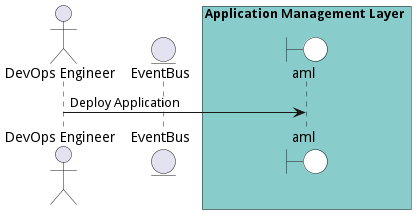
madajaju/edgemere keeps this PlantUML diagram as docs/edgemere/aml/usecases/manageapplications/DeployApplication.png. Above is the earlier version. Its diagram source:
```plantuml
@startuml

actor "DevOps Engineer"


entity EventBus

box Application Management Layer #88cccc
    boundary aml #white
end box



"DevOps Engineer" -> aml: Deploy Application



@enduml
```
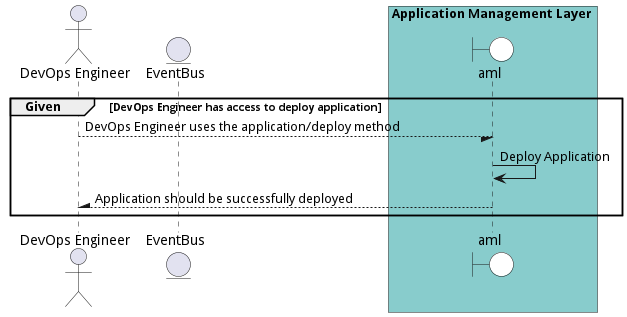
Above is the later version.

Change to the diagram source:
```diff
@@ -1,4 +1,5 @@
 @startuml
+
 
 actor "DevOps Engineer"
 
@@ -10,9 +11,16 @@
 end box
 
 
+group Given [DevOps Engineer has access to deploy application]
 
-"DevOps Engineer" -> aml: Deploy Application
+"DevOps Engineer" --/ aml: DevOps Engineer uses the application/deploy method
+"aml" -> aml: Deploy Application
 
 
 
+"DevOps Engineer" /-- aml: Application should be successfully deployed
+
+
+end
+
 @enduml
```
